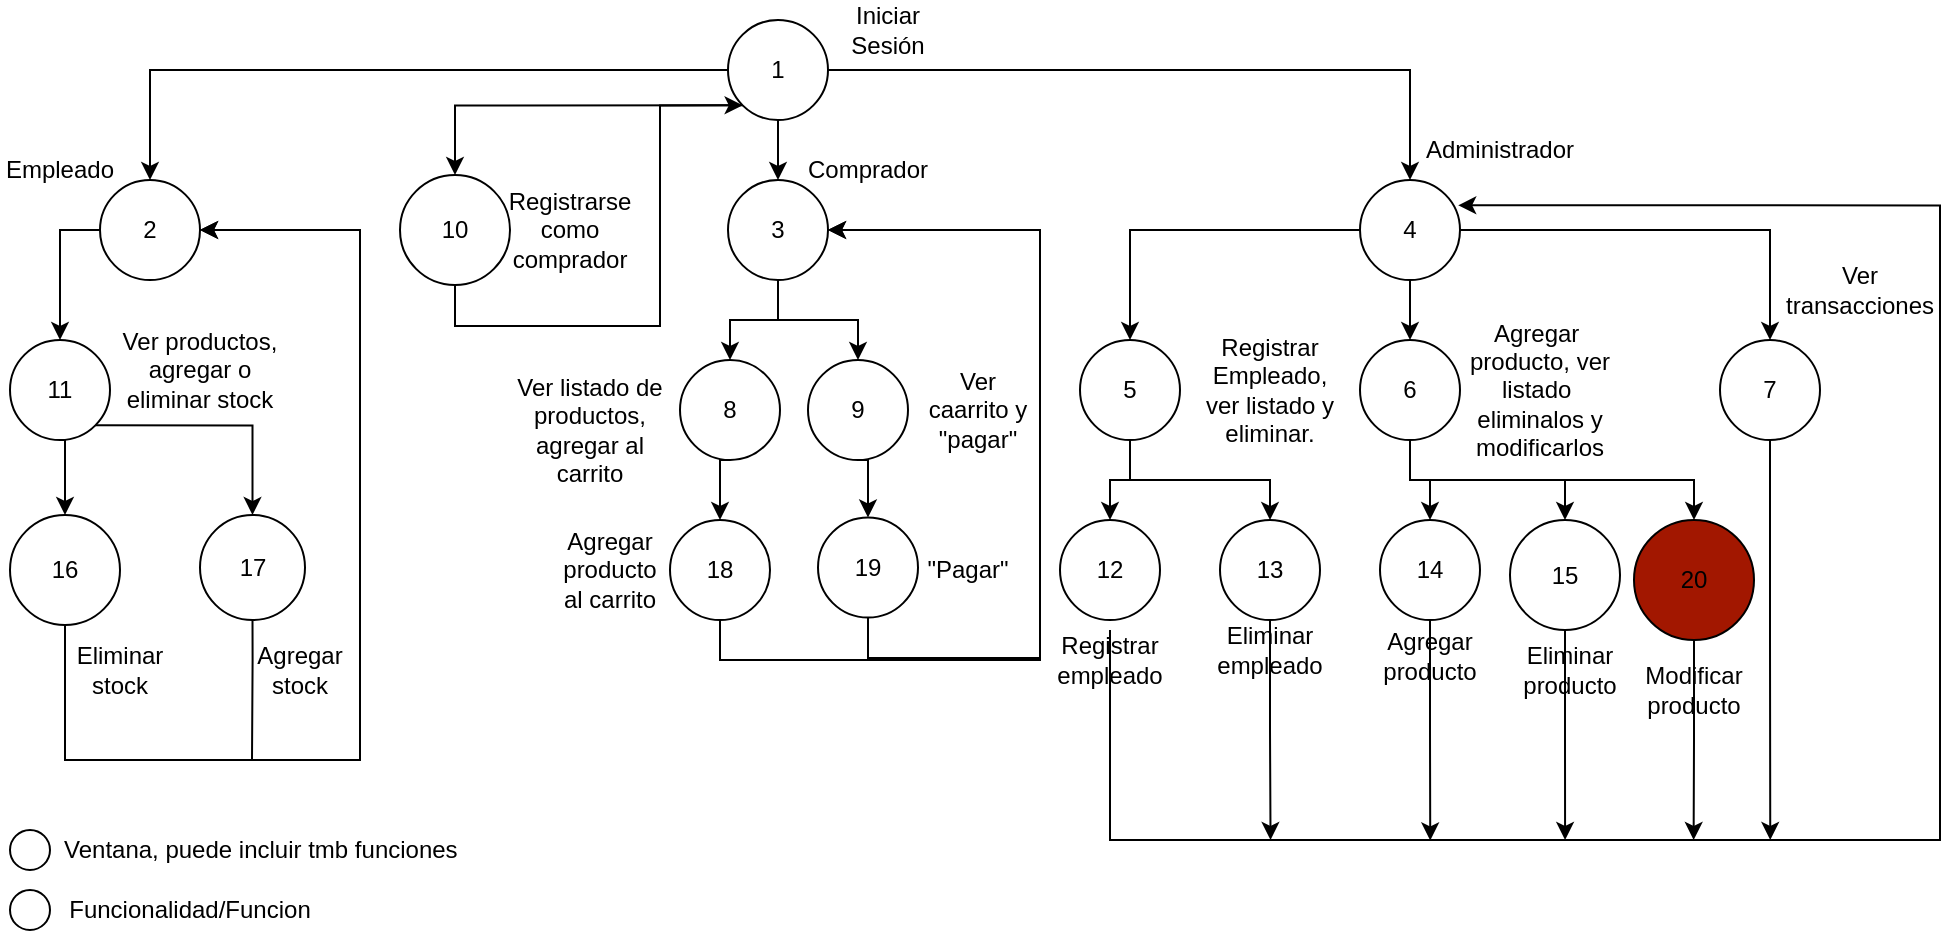
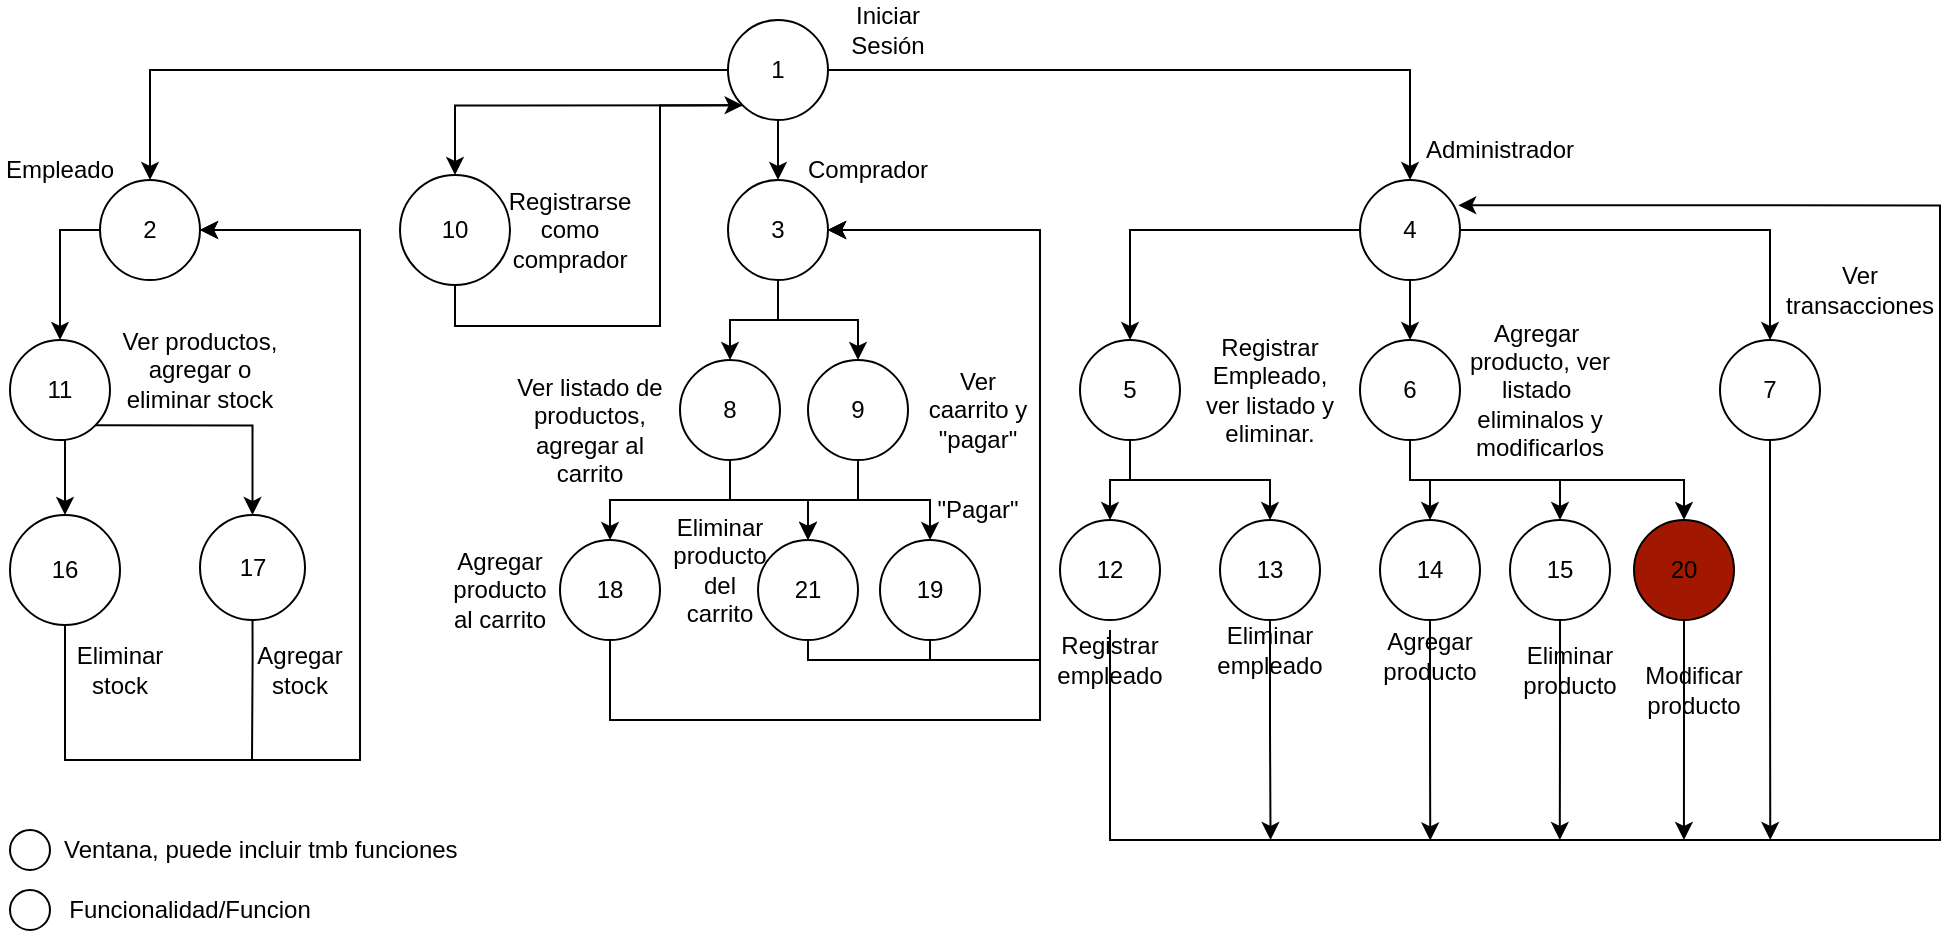
<mxfile host="Electron">
  <diagram name="General" id="yABXoofkzUlfOp70S79y">
-     <mxGraphModel dx="981" dy="601" grid="1" gridSize="10" guides="1" tooltips="1" connect="1" arrows="1" fold="1" page="1" pageScale="1" pageWidth="827" pageHeight="1169" math="0" shadow="0">
+     <mxGraphModel dx="769" dy="369" grid="1" gridSize="10" guides="1" tooltips="1" connect="1" arrows="1" fold="1" page="1" pageScale="1" pageWidth="827" pageHeight="1169" math="0" shadow="0">
      <root>
        <mxCell id="0" />
        <mxCell id="1" parent="0" />
        <mxCell id="LBXvCYroLYcxCpWWjZGj-19" edge="1" parent="1" source="LBXvCYroLYcxCpWWjZGj-14" style="edgeStyle=orthogonalEdgeStyle;rounded=0;orthogonalLoop=1;jettySize=auto;html=1;exitX=0;exitY=0.5;exitDx=0;exitDy=0;entryX=0.5;entryY=0;entryDx=0;entryDy=0;" target="LBXvCYroLYcxCpWWjZGj-16" value="">
          <mxGeometry relative="1" as="geometry" />
        </mxCell>
        <mxCell id="LBXvCYroLYcxCpWWjZGj-20" edge="1" parent="1" source="LBXvCYroLYcxCpWWjZGj-14" style="edgeStyle=orthogonalEdgeStyle;rounded=0;orthogonalLoop=1;jettySize=auto;html=1;exitX=0.5;exitY=1;exitDx=0;exitDy=0;entryX=0.5;entryY=0;entryDx=0;entryDy=0;" target="LBXvCYroLYcxCpWWjZGj-17">
          <mxGeometry relative="1" as="geometry" />
        </mxCell>
        <mxCell id="LBXvCYroLYcxCpWWjZGj-21" edge="1" parent="1" source="LBXvCYroLYcxCpWWjZGj-14" style="edgeStyle=orthogonalEdgeStyle;rounded=0;orthogonalLoop=1;jettySize=auto;html=1;exitX=1;exitY=0.5;exitDx=0;exitDy=0;entryX=0.5;entryY=0;entryDx=0;entryDy=0;" target="LBXvCYroLYcxCpWWjZGj-18">
          <mxGeometry relative="1" as="geometry" />
        </mxCell>
        <mxCell id="LBXvCYroLYcxCpWWjZGj-45" edge="1" parent="1" source="LBXvCYroLYcxCpWWjZGj-14" style="edgeStyle=orthogonalEdgeStyle;rounded=0;orthogonalLoop=1;jettySize=auto;html=1;exitX=0;exitY=1;exitDx=0;exitDy=0;entryX=0.5;entryY=0;entryDx=0;entryDy=0;" target="LBXvCYroLYcxCpWWjZGj-44">
          <mxGeometry relative="1" as="geometry" />
        </mxCell>
        <mxCell id="LBXvCYroLYcxCpWWjZGj-14" parent="1" style="ellipse;whiteSpace=wrap;html=1;aspect=fixed;fillColor=light-dark(#FFFFFF,#18952A);" value="1" vertex="1">
          <mxGeometry height="50" width="50" x="374" y="20" as="geometry" />
        </mxCell>
        <mxCell id="LBXvCYroLYcxCpWWjZGj-15" parent="1" style="text;html=1;whiteSpace=wrap;strokeColor=none;fillColor=none;align=center;verticalAlign=middle;rounded=0;" value="Iniciar Sesión" vertex="1">
          <mxGeometry height="30" width="60" x="424" y="10" as="geometry" />
        </mxCell>
        <mxCell id="LBXvCYroLYcxCpWWjZGj-49" edge="1" parent="1" source="LBXvCYroLYcxCpWWjZGj-16" style="edgeStyle=orthogonalEdgeStyle;rounded=0;orthogonalLoop=1;jettySize=auto;html=1;exitX=0;exitY=0.5;exitDx=0;exitDy=0;entryX=0.5;entryY=0;entryDx=0;entryDy=0;" target="LBXvCYroLYcxCpWWjZGj-47">
          <mxGeometry relative="1" as="geometry" />
        </mxCell>
        <mxCell id="LBXvCYroLYcxCpWWjZGj-16" parent="1" style="ellipse;whiteSpace=wrap;html=1;aspect=fixed;" value="2" vertex="1">
          <mxGeometry height="50" width="50" x="60" y="100" as="geometry" />
        </mxCell>
        <mxCell id="LBXvCYroLYcxCpWWjZGj-98" edge="1" parent="1" source="LBXvCYroLYcxCpWWjZGj-17" style="edgeStyle=orthogonalEdgeStyle;rounded=0;orthogonalLoop=1;jettySize=auto;html=1;exitX=0.5;exitY=1;exitDx=0;exitDy=0;entryX=0.5;entryY=0;entryDx=0;entryDy=0;" target="LBXvCYroLYcxCpWWjZGj-38">
          <mxGeometry relative="1" as="geometry" />
        </mxCell>
        <mxCell id="LBXvCYroLYcxCpWWjZGj-99" edge="1" parent="1" source="LBXvCYroLYcxCpWWjZGj-17" style="edgeStyle=orthogonalEdgeStyle;rounded=0;orthogonalLoop=1;jettySize=auto;html=1;exitX=0.5;exitY=1;exitDx=0;exitDy=0;entryX=0.5;entryY=0;entryDx=0;entryDy=0;" target="LBXvCYroLYcxCpWWjZGj-40">
          <mxGeometry relative="1" as="geometry" />
        </mxCell>
        <mxCell id="LBXvCYroLYcxCpWWjZGj-17" parent="1" style="ellipse;whiteSpace=wrap;html=1;aspect=fixed;" value="3" vertex="1">
          <mxGeometry height="50" width="50" x="374" y="100" as="geometry" />
        </mxCell>
        <mxCell id="LBXvCYroLYcxCpWWjZGj-57" edge="1" parent="1" source="LBXvCYroLYcxCpWWjZGj-18" style="edgeStyle=orthogonalEdgeStyle;rounded=0;orthogonalLoop=1;jettySize=auto;html=1;exitX=0.5;exitY=1;exitDx=0;exitDy=0;entryX=0.5;entryY=0;entryDx=0;entryDy=0;" target="LBXvCYroLYcxCpWWjZGj-26">
          <mxGeometry relative="1" as="geometry" />
        </mxCell>
        <mxCell id="LBXvCYroLYcxCpWWjZGj-58" edge="1" parent="1" source="LBXvCYroLYcxCpWWjZGj-18" style="edgeStyle=orthogonalEdgeStyle;rounded=0;orthogonalLoop=1;jettySize=auto;html=1;exitX=1;exitY=0.5;exitDx=0;exitDy=0;entryX=0.5;entryY=0;entryDx=0;entryDy=0;" target="LBXvCYroLYcxCpWWjZGj-27">
          <mxGeometry relative="1" as="geometry" />
        </mxCell>
        <mxCell id="LBXvCYroLYcxCpWWjZGj-59" edge="1" parent="1" source="LBXvCYroLYcxCpWWjZGj-18" style="edgeStyle=orthogonalEdgeStyle;rounded=0;orthogonalLoop=1;jettySize=auto;html=1;exitX=0;exitY=0.5;exitDx=0;exitDy=0;entryX=0.5;entryY=0;entryDx=0;entryDy=0;" target="LBXvCYroLYcxCpWWjZGj-25">
          <mxGeometry relative="1" as="geometry" />
        </mxCell>
        <mxCell id="LBXvCYroLYcxCpWWjZGj-18" parent="1" style="ellipse;whiteSpace=wrap;html=1;aspect=fixed;" value="4" vertex="1">
          <mxGeometry height="50" width="50" x="690" y="100" as="geometry" />
        </mxCell>
        <mxCell id="LBXvCYroLYcxCpWWjZGj-22" parent="1" style="text;html=1;whiteSpace=wrap;strokeColor=none;fillColor=none;align=center;verticalAlign=middle;rounded=0;" value="Empleado" vertex="1">
          <mxGeometry height="30" width="60" x="10" y="80" as="geometry" />
        </mxCell>
        <mxCell id="LBXvCYroLYcxCpWWjZGj-23" parent="1" style="text;html=1;whiteSpace=wrap;strokeColor=none;fillColor=none;align=center;verticalAlign=middle;rounded=0;" value="Comprador" vertex="1">
          <mxGeometry height="30" width="60" x="414" y="80" as="geometry" />
        </mxCell>
        <mxCell id="LBXvCYroLYcxCpWWjZGj-24" parent="1" style="text;html=1;whiteSpace=wrap;strokeColor=none;fillColor=none;align=center;verticalAlign=middle;rounded=0;" value="Administrador" vertex="1">
          <mxGeometry height="30" width="60" x="730" y="70" as="geometry" />
        </mxCell>
        <mxCell id="LBXvCYroLYcxCpWWjZGj-60" edge="1" parent="1" source="LBXvCYroLYcxCpWWjZGj-25" style="edgeStyle=orthogonalEdgeStyle;rounded=0;orthogonalLoop=1;jettySize=auto;html=1;exitX=0.5;exitY=1;exitDx=0;exitDy=0;entryX=0.5;entryY=0;entryDx=0;entryDy=0;" target="LBXvCYroLYcxCpWWjZGj-54">
          <mxGeometry relative="1" as="geometry" />
        </mxCell>
        <mxCell id="LBXvCYroLYcxCpWWjZGj-61" edge="1" parent="1" source="LBXvCYroLYcxCpWWjZGj-25" style="edgeStyle=orthogonalEdgeStyle;rounded=0;orthogonalLoop=1;jettySize=auto;html=1;exitX=0.5;exitY=1;exitDx=0;exitDy=0;" target="LBXvCYroLYcxCpWWjZGj-55">
          <mxGeometry relative="1" as="geometry" />
        </mxCell>
        <mxCell id="LBXvCYroLYcxCpWWjZGj-25" parent="1" style="ellipse;whiteSpace=wrap;html=1;aspect=fixed;fillColor=light-dark(#FFFFFF,#18952A);" value="5" vertex="1">
          <mxGeometry height="50" width="50" x="550" y="180" as="geometry" />
        </mxCell>
        <mxCell id="LBXvCYroLYcxCpWWjZGj-66" edge="1" parent="1" source="LBXvCYroLYcxCpWWjZGj-26" style="edgeStyle=orthogonalEdgeStyle;rounded=0;orthogonalLoop=1;jettySize=auto;html=1;exitX=0.5;exitY=1;exitDx=0;exitDy=0;entryX=0.5;entryY=0;entryDx=0;entryDy=0;" target="LBXvCYroLYcxCpWWjZGj-64">
          <mxGeometry relative="1" as="geometry" />
        </mxCell>
        <mxCell id="LBXvCYroLYcxCpWWjZGj-67" edge="1" parent="1" source="LBXvCYroLYcxCpWWjZGj-26" style="edgeStyle=orthogonalEdgeStyle;rounded=0;orthogonalLoop=1;jettySize=auto;html=1;exitX=0.5;exitY=1;exitDx=0;exitDy=0;entryX=0.5;entryY=0;entryDx=0;entryDy=0;" target="LBXvCYroLYcxCpWWjZGj-65">
          <mxGeometry relative="1" as="geometry" />
        </mxCell>
        <mxCell id="hRm-Ou00VWeYjdHq_WFA-5" edge="1" parent="1" source="LBXvCYroLYcxCpWWjZGj-26" style="edgeStyle=orthogonalEdgeStyle;rounded=0;orthogonalLoop=1;jettySize=auto;html=1;exitX=0.5;exitY=1;exitDx=0;exitDy=0;entryX=0.5;entryY=0;entryDx=0;entryDy=0;" target="hRm-Ou00VWeYjdHq_WFA-3">
          <mxGeometry relative="1" as="geometry" />
        </mxCell>
        <mxCell id="LBXvCYroLYcxCpWWjZGj-26" parent="1" style="ellipse;whiteSpace=wrap;html=1;aspect=fixed;fillColor=light-dark(#FFFFFF,#18952A);" value="6" vertex="1">
          <mxGeometry height="50" width="50" x="690" y="180" as="geometry" />
        </mxCell>
        <mxCell id="hRm-Ou00VWeYjdHq_WFA-1" edge="1" parent="1" source="LBXvCYroLYcxCpWWjZGj-27" style="edgeStyle=orthogonalEdgeStyle;rounded=0;orthogonalLoop=1;jettySize=auto;html=1;exitX=0.5;exitY=1;exitDx=0;exitDy=0;">
          <mxGeometry relative="1" as="geometry">
            <mxPoint x="895.1290322580644" y="430" as="targetPoint" />
          </mxGeometry>
        </mxCell>
        <mxCell id="LBXvCYroLYcxCpWWjZGj-27" parent="1" style="ellipse;whiteSpace=wrap;html=1;aspect=fixed;fillColor=light-dark(#FFFFFF,#18952A);" value="7" vertex="1">
          <mxGeometry height="50" width="50" x="870" y="180" as="geometry" />
        </mxCell>
        <mxCell id="LBXvCYroLYcxCpWWjZGj-28" parent="1" style="text;html=1;whiteSpace=wrap;strokeColor=none;fillColor=none;align=center;verticalAlign=middle;rounded=0;" value="Registrar&lt;div&gt;Empleado,&lt;/div&gt;&lt;div&gt;ver listado y eliminar.&lt;/div&gt;" vertex="1">
          <mxGeometry height="30" width="70" x="610" y="190" as="geometry" />
        </mxCell>
        <mxCell id="LBXvCYroLYcxCpWWjZGj-30" parent="1" style="text;html=1;whiteSpace=wrap;strokeColor=none;fillColor=none;align=center;verticalAlign=middle;rounded=0;" value="Agregar&amp;nbsp;&lt;div&gt;producto, ver listado&amp;nbsp; eliminalos y modificarlos&lt;/div&gt;" vertex="1">
          <mxGeometry height="30" width="80" x="740" y="190" as="geometry" />
        </mxCell>
        <mxCell id="LBXvCYroLYcxCpWWjZGj-34" parent="1" style="text;html=1;whiteSpace=wrap;strokeColor=none;fillColor=none;align=center;verticalAlign=middle;rounded=0;" value="Ver transacciones" vertex="1">
          <mxGeometry height="30" width="60" x="910" y="140" as="geometry" />
        </mxCell>
        <mxCell id="LBXvCYroLYcxCpWWjZGj-102" edge="1" parent="1" source="LBXvCYroLYcxCpWWjZGj-38" style="edgeStyle=orthogonalEdgeStyle;rounded=0;orthogonalLoop=1;jettySize=auto;html=1;exitX=0.5;exitY=1;exitDx=0;exitDy=0;entryX=0.5;entryY=0;entryDx=0;entryDy=0;" target="LBXvCYroLYcxCpWWjZGj-100">
          <mxGeometry relative="1" as="geometry" />
        </mxCell>
+         <mxCell id="wNyk0zgXBIJdKZvLJYqR-7" edge="1" parent="1" source="LBXvCYroLYcxCpWWjZGj-38" style="edgeStyle=orthogonalEdgeStyle;rounded=0;orthogonalLoop=1;jettySize=auto;html=1;exitX=0.5;exitY=1;exitDx=0;exitDy=0;entryX=0.5;entryY=0;entryDx=0;entryDy=0;" target="wNyk0zgXBIJdKZvLJYqR-1">
+           <mxGeometry relative="1" as="geometry" />
+         </mxCell>
        <mxCell id="LBXvCYroLYcxCpWWjZGj-38" parent="1" style="ellipse;whiteSpace=wrap;html=1;aspect=fixed;fillColor=light-dark(#FFFFFF,#18952A);" value="8" vertex="1">
          <mxGeometry height="50" width="50" x="350" y="190" as="geometry" />
        </mxCell>
        <mxCell id="LBXvCYroLYcxCpWWjZGj-39" parent="1" style="text;html=1;whiteSpace=wrap;strokeColor=none;fillColor=none;align=center;verticalAlign=middle;rounded=0;" value="Ver listado de productos, agregar al carrito" vertex="1">
          <mxGeometry height="30" width="80" x="265" y="210" as="geometry" />
        </mxCell>
        <mxCell id="LBXvCYroLYcxCpWWjZGj-104" edge="1" parent="1" source="LBXvCYroLYcxCpWWjZGj-40" style="edgeStyle=orthogonalEdgeStyle;rounded=0;orthogonalLoop=1;jettySize=auto;html=1;exitX=0.5;exitY=1;exitDx=0;exitDy=0;entryX=0.5;entryY=0;entryDx=0;entryDy=0;" target="LBXvCYroLYcxCpWWjZGj-101">
+           <mxGeometry relative="1" as="geometry" />
+         </mxCell>
+         <mxCell id="wNyk0zgXBIJdKZvLJYqR-4" edge="1" parent="1" source="LBXvCYroLYcxCpWWjZGj-40" style="edgeStyle=orthogonalEdgeStyle;rounded=0;orthogonalLoop=1;jettySize=auto;html=1;exitX=0.5;exitY=1;exitDx=0;exitDy=0;" target="wNyk0zgXBIJdKZvLJYqR-1">
          <mxGeometry relative="1" as="geometry" />
        </mxCell>
        <mxCell id="LBXvCYroLYcxCpWWjZGj-40" parent="1" style="ellipse;whiteSpace=wrap;html=1;aspect=fixed;fillColor=light-dark(#FFFFFF,#18952A);" value="9" vertex="1">
          <mxGeometry height="50" width="50" x="414" y="190" as="geometry" />
        </mxCell>
        <mxCell id="LBXvCYroLYcxCpWWjZGj-41" parent="1" style="text;html=1;whiteSpace=wrap;strokeColor=none;fillColor=none;align=center;verticalAlign=middle;rounded=0;" value="Ver caarrito y &quot;pagar&quot;" vertex="1">
          <mxGeometry height="30" width="60" x="469" y="200" as="geometry" />
        </mxCell>
        <mxCell id="LBXvCYroLYcxCpWWjZGj-79" edge="1" parent="1" source="LBXvCYroLYcxCpWWjZGj-44" style="edgeStyle=orthogonalEdgeStyle;rounded=0;orthogonalLoop=1;jettySize=auto;html=1;exitX=0.5;exitY=1;exitDx=0;exitDy=0;entryX=0;entryY=1;entryDx=0;entryDy=0;" target="LBXvCYroLYcxCpWWjZGj-14">
          <mxGeometry relative="1" as="geometry">
            <Array as="points">
              <mxPoint x="237" y="173" />
              <mxPoint x="340" y="173" />
              <mxPoint x="340" y="63" />
            </Array>
          </mxGeometry>
        </mxCell>
        <mxCell id="LBXvCYroLYcxCpWWjZGj-44" parent="1" style="ellipse;whiteSpace=wrap;html=1;aspect=fixed;fillColor=light-dark(#FFFFFF,#18952A);" value="10" vertex="1">
          <mxGeometry height="55" width="55" x="210" y="97.5" as="geometry" />
        </mxCell>
        <mxCell id="LBXvCYroLYcxCpWWjZGj-46" parent="1" style="text;html=1;whiteSpace=wrap;strokeColor=none;fillColor=none;align=center;verticalAlign=middle;rounded=0;" value="Registrarse como comprador" vertex="1">
          <mxGeometry height="30" width="60" x="265" y="110" as="geometry" />
        </mxCell>
        <mxCell id="LBXvCYroLYcxCpWWjZGj-74" edge="1" parent="1" source="LBXvCYroLYcxCpWWjZGj-47" style="edgeStyle=orthogonalEdgeStyle;rounded=0;orthogonalLoop=1;jettySize=auto;html=1;exitX=0.5;exitY=1;exitDx=0;exitDy=0;entryX=0.5;entryY=0;entryDx=0;entryDy=0;" target="LBXvCYroLYcxCpWWjZGj-72">
          <mxGeometry relative="1" as="geometry" />
        </mxCell>
        <mxCell id="LBXvCYroLYcxCpWWjZGj-75" edge="1" parent="1" source="LBXvCYroLYcxCpWWjZGj-47" style="edgeStyle=orthogonalEdgeStyle;rounded=0;orthogonalLoop=1;jettySize=auto;html=1;exitX=1;exitY=1;exitDx=0;exitDy=0;" target="LBXvCYroLYcxCpWWjZGj-73">
          <mxGeometry relative="1" as="geometry" />
        </mxCell>
        <mxCell id="LBXvCYroLYcxCpWWjZGj-47" parent="1" style="ellipse;whiteSpace=wrap;html=1;aspect=fixed;fillColor=light-dark(#FFFFFF,#18952A);" value="11" vertex="1">
          <mxGeometry height="50" width="50" x="15" y="180" as="geometry" />
        </mxCell>
        <mxCell id="LBXvCYroLYcxCpWWjZGj-48" parent="1" style="text;html=1;whiteSpace=wrap;strokeColor=none;fillColor=none;align=center;verticalAlign=middle;rounded=0;" value="Ver productos, agregar o eliminar stock" vertex="1">
          <mxGeometry height="30" width="80" x="70" y="180" as="geometry" />
        </mxCell>
        <mxCell id="LBXvCYroLYcxCpWWjZGj-54" parent="1" style="ellipse;whiteSpace=wrap;html=1;aspect=fixed;fillColor=light-dark(#FFFFFF,#A21700);" value="12" vertex="1">
          <mxGeometry height="50" width="50" x="540" y="270" as="geometry" />
        </mxCell>
        <mxCell id="LBXvCYroLYcxCpWWjZGj-81" edge="1" parent="1" source="LBXvCYroLYcxCpWWjZGj-55" style="edgeStyle=orthogonalEdgeStyle;rounded=0;orthogonalLoop=1;jettySize=auto;html=1;exitX=0.5;exitY=1;exitDx=0;exitDy=0;">
          <mxGeometry relative="1" as="geometry">
            <mxPoint x="645.272727272727" y="430" as="targetPoint" />
          </mxGeometry>
        </mxCell>
        <mxCell id="LBXvCYroLYcxCpWWjZGj-55" parent="1" style="ellipse;whiteSpace=wrap;html=1;aspect=fixed;fillColor=light-dark(#FFFFFF,#A21700);" value="13" vertex="1">
          <mxGeometry height="50" width="50" x="620" y="270" as="geometry" />
        </mxCell>
        <mxCell id="LBXvCYroLYcxCpWWjZGj-62" parent="1" style="text;html=1;whiteSpace=wrap;strokeColor=none;fillColor=none;align=center;verticalAlign=middle;rounded=0;" value="Registrar&lt;div&gt;empleado&lt;/div&gt;" vertex="1">
          <mxGeometry height="30" width="60" x="535" y="325" as="geometry" />
        </mxCell>
        <mxCell id="LBXvCYroLYcxCpWWjZGj-63" parent="1" style="text;html=1;whiteSpace=wrap;strokeColor=none;fillColor=none;align=center;verticalAlign=middle;rounded=0;" value="Eliminar&lt;div&gt;empleado&lt;/div&gt;" vertex="1">
          <mxGeometry height="30" width="60" x="615" y="320" as="geometry" />
        </mxCell>
        <mxCell id="LBXvCYroLYcxCpWWjZGj-88" edge="1" parent="1" source="LBXvCYroLYcxCpWWjZGj-64" style="edgeStyle=orthogonalEdgeStyle;rounded=0;orthogonalLoop=1;jettySize=auto;html=1;exitX=0.5;exitY=1;exitDx=0;exitDy=0;">
          <mxGeometry relative="1" as="geometry">
            <mxPoint x="725.1212121212122" y="430.242402047822" as="targetPoint" />
          </mxGeometry>
        </mxCell>
        <mxCell id="LBXvCYroLYcxCpWWjZGj-64" parent="1" style="ellipse;whiteSpace=wrap;html=1;aspect=fixed;fillColor=light-dark(#FFFFFF,#A21700);" value="14" vertex="1">
          <mxGeometry height="50" width="50" x="700" y="270" as="geometry" />
        </mxCell>
-         <mxCell id="LBXvCYroLYcxCpWWjZGj-85" edge="1" parent="1" source="LBXvCYroLYcxCpWWjZGj-65" style="edgeStyle=orthogonalEdgeStyle;rounded=0;orthogonalLoop=1;jettySize=auto;html=1;exitX=0.5;exitY=1;exitDx=0;exitDy=0;">
-           <mxGeometry relative="1" as="geometry">
-             <mxPoint x="792.5454545454545" y="430" as="targetPoint" />
+         <mxCell id="wNyk0zgXBIJdKZvLJYqR-9" edge="1" parent="1" source="LBXvCYroLYcxCpWWjZGj-65" style="edgeStyle=orthogonalEdgeStyle;rounded=0;orthogonalLoop=1;jettySize=auto;html=1;exitX=0.5;exitY=1;exitDx=0;exitDy=0;">
+           <mxGeometry relative="1" as="geometry">
+             <mxPoint x="789.8965517241379" y="430" as="targetPoint" />
          </mxGeometry>
        </mxCell>
        <mxCell id="LBXvCYroLYcxCpWWjZGj-65" parent="1" style="ellipse;whiteSpace=wrap;html=1;aspect=fixed;fillColor=light-dark(#FFFFFF,#A21700);" value="15" vertex="1">
-           <mxGeometry height="55" width="55" x="765" y="270" as="geometry" />
+           <mxGeometry height="50" width="50" x="765" y="270" as="geometry" />
        </mxCell>
        <mxCell id="LBXvCYroLYcxCpWWjZGj-69" parent="1" style="text;html=1;whiteSpace=wrap;strokeColor=none;fillColor=none;align=center;verticalAlign=middle;rounded=0;" value="Eliminar&lt;div&gt;producto&lt;/div&gt;" vertex="1">
          <mxGeometry height="30" width="60" x="765" y="330" as="geometry" />
        </mxCell>
        <mxCell id="LBXvCYroLYcxCpWWjZGj-96" edge="1" parent="1" source="LBXvCYroLYcxCpWWjZGj-72" style="edgeStyle=orthogonalEdgeStyle;rounded=0;orthogonalLoop=1;jettySize=auto;html=1;exitX=0.5;exitY=1;exitDx=0;exitDy=0;entryX=1;entryY=0.5;entryDx=0;entryDy=0;" target="LBXvCYroLYcxCpWWjZGj-16">
          <mxGeometry relative="1" as="geometry">
            <Array as="points">
              <mxPoint x="42" y="390" />
              <mxPoint x="190" y="390" />
              <mxPoint x="190" y="125" />
            </Array>
          </mxGeometry>
        </mxCell>
        <mxCell id="LBXvCYroLYcxCpWWjZGj-72" parent="1" style="ellipse;whiteSpace=wrap;html=1;aspect=fixed;fillColor=light-dark(#FFFFFF,#A21700);" value="16" vertex="1">
          <mxGeometry height="55" width="55" x="15" y="267.5" as="geometry" />
        </mxCell>
        <mxCell id="LBXvCYroLYcxCpWWjZGj-97" edge="1" parent="1" source="LBXvCYroLYcxCpWWjZGj-73" style="edgeStyle=orthogonalEdgeStyle;rounded=0;orthogonalLoop=1;jettySize=auto;html=1;exitX=0.5;exitY=1;exitDx=0;exitDy=0;entryX=1;entryY=0.5;entryDx=0;entryDy=0;" target="LBXvCYroLYcxCpWWjZGj-16">
          <mxGeometry relative="1" as="geometry">
            <Array as="points">
              <mxPoint x="136" y="340" />
              <mxPoint x="136" y="390" />
              <mxPoint x="190" y="390" />
              <mxPoint x="190" y="125" />
            </Array>
          </mxGeometry>
        </mxCell>
        <mxCell id="LBXvCYroLYcxCpWWjZGj-73" parent="1" style="ellipse;whiteSpace=wrap;html=1;aspect=fixed;fillColor=light-dark(#FFFFFF,#A21700);" value="17" vertex="1">
          <mxGeometry height="52.5" width="52.5" x="110" y="267.5" as="geometry" />
        </mxCell>
        <mxCell id="LBXvCYroLYcxCpWWjZGj-76" parent="1" style="text;html=1;whiteSpace=wrap;strokeColor=none;fillColor=none;align=center;verticalAlign=middle;rounded=0;" value="Eliminar&lt;div&gt;stock&lt;/div&gt;" vertex="1">
          <mxGeometry height="30" width="60" x="40" y="330" as="geometry" />
        </mxCell>
        <mxCell id="LBXvCYroLYcxCpWWjZGj-78" parent="1" style="text;html=1;whiteSpace=wrap;strokeColor=none;fillColor=none;align=center;verticalAlign=middle;rounded=0;" value="Agregar&lt;div&gt;stock&lt;/div&gt;" vertex="1">
          <mxGeometry height="30" width="60" x="130" y="330" as="geometry" />
        </mxCell>
        <mxCell id="LBXvCYroLYcxCpWWjZGj-80" edge="1" parent="1" source="LBXvCYroLYcxCpWWjZGj-62" style="edgeStyle=orthogonalEdgeStyle;rounded=0;orthogonalLoop=1;jettySize=auto;html=1;exitX=0.5;exitY=0;exitDx=0;exitDy=0;entryX=0.982;entryY=0.253;entryDx=0;entryDy=0;entryPerimeter=0;" target="LBXvCYroLYcxCpWWjZGj-18">
          <mxGeometry relative="1" as="geometry">
            <Array as="points">
              <mxPoint x="565" y="430" />
              <mxPoint x="980" y="430" />
              <mxPoint x="980" y="113" />
            </Array>
          </mxGeometry>
        </mxCell>
        <mxCell id="LBXvCYroLYcxCpWWjZGj-68" parent="1" style="text;html=1;whiteSpace=wrap;strokeColor=none;fillColor=none;align=center;verticalAlign=middle;rounded=0;" value="Agregar&lt;div&gt;producto&lt;/div&gt;" vertex="1">
          <mxGeometry height="30" width="60" x="695" y="322.5" as="geometry" />
        </mxCell>
        <mxCell id="LBXvCYroLYcxCpWWjZGj-111" edge="1" parent="1" source="LBXvCYroLYcxCpWWjZGj-100" style="edgeStyle=orthogonalEdgeStyle;rounded=0;orthogonalLoop=1;jettySize=auto;html=1;exitX=0.5;exitY=1;exitDx=0;exitDy=0;entryX=1;entryY=0.5;entryDx=0;entryDy=0;" target="LBXvCYroLYcxCpWWjZGj-17">
          <mxGeometry relative="1" as="geometry">
            <Array as="points">
-               <mxPoint x="370" y="340" />
+               <mxPoint x="315" y="370" />
+               <mxPoint x="530" y="370" />
+               <mxPoint x="530" y="125" />
+             </Array>
+           </mxGeometry>
+         </mxCell>
+         <mxCell id="LBXvCYroLYcxCpWWjZGj-100" parent="1" style="ellipse;whiteSpace=wrap;html=1;aspect=fixed;fillColor=light-dark(#FFFFFF,#A21700);" value="18" vertex="1">
+           <mxGeometry height="50" width="50" x="290" y="280" as="geometry" />
+         </mxCell>
+         <mxCell id="LBXvCYroLYcxCpWWjZGj-112" edge="1" parent="1" source="LBXvCYroLYcxCpWWjZGj-101" style="edgeStyle=orthogonalEdgeStyle;rounded=0;orthogonalLoop=1;jettySize=auto;html=1;exitX=0.5;exitY=1;exitDx=0;exitDy=0;entryX=1;entryY=0.5;entryDx=0;entryDy=0;" target="LBXvCYroLYcxCpWWjZGj-17">
+           <mxGeometry relative="1" as="geometry">
+             <Array as="points">
+               <mxPoint x="475" y="340" />
              <mxPoint x="530" y="340" />
              <mxPoint x="530" y="125" />
            </Array>
          </mxGeometry>
        </mxCell>
-         <mxCell id="LBXvCYroLYcxCpWWjZGj-100" parent="1" style="ellipse;whiteSpace=wrap;html=1;aspect=fixed;fillColor=light-dark(#FFFFFF,#A21700);" value="18" vertex="1">
-           <mxGeometry height="50" width="50" x="345" y="270" as="geometry" />
-         </mxCell>
-         <mxCell id="LBXvCYroLYcxCpWWjZGj-112" edge="1" parent="1" source="LBXvCYroLYcxCpWWjZGj-101" style="edgeStyle=orthogonalEdgeStyle;rounded=0;orthogonalLoop=1;jettySize=auto;html=1;exitX=0.5;exitY=1;exitDx=0;exitDy=0;entryX=1;entryY=0.5;entryDx=0;entryDy=0;" target="LBXvCYroLYcxCpWWjZGj-17">
-           <mxGeometry relative="1" as="geometry">
-             <Array as="points">
-               <mxPoint x="444" y="339" />
-               <mxPoint x="530" y="339" />
-               <mxPoint x="530" y="125" />
-             </Array>
-           </mxGeometry>
-         </mxCell>
        <mxCell id="LBXvCYroLYcxCpWWjZGj-101" parent="1" style="ellipse;whiteSpace=wrap;html=1;aspect=fixed;fillColor=light-dark(#FFFFFF,#A21700);" value="19" vertex="1">
-           <mxGeometry height="50" width="50" x="419" y="268.75" as="geometry" />
+           <mxGeometry height="50" width="50" x="450" y="280" as="geometry" />
        </mxCell>
        <mxCell id="LBXvCYroLYcxCpWWjZGj-105" parent="1" style="text;html=1;whiteSpace=wrap;strokeColor=none;fillColor=none;align=center;verticalAlign=middle;rounded=0;" value="&quot;Pagar&quot;" vertex="1">
-           <mxGeometry height="30" width="60" x="464" y="280" as="geometry" />
+           <mxGeometry height="30" width="60" x="469" y="250" as="geometry" />
        </mxCell>
        <mxCell id="LBXvCYroLYcxCpWWjZGj-106" parent="1" style="text;html=1;whiteSpace=wrap;strokeColor=none;fillColor=none;align=center;verticalAlign=middle;rounded=0;" value="Agregar producto al carrito" vertex="1">
-           <mxGeometry height="30" width="60" x="285" y="280" as="geometry" />
+           <mxGeometry height="30" width="60" x="230" y="290" as="geometry" />
        </mxCell>
        <mxCell id="LBXvCYroLYcxCpWWjZGj-107" parent="1" style="ellipse;whiteSpace=wrap;html=1;aspect=fixed;fillColor=light-dark(#FFFFFF,#18952A);" value="" vertex="1">
          <mxGeometry height="20" width="20" x="15" y="425" as="geometry" />
        </mxCell>
        <mxCell id="LBXvCYroLYcxCpWWjZGj-108" parent="1" style="ellipse;whiteSpace=wrap;html=1;aspect=fixed;fillColor=light-dark(#FFFFFF,#A21700);" value="" vertex="1">
          <mxGeometry height="20" width="20" x="15" y="455" as="geometry" />
        </mxCell>
        <mxCell id="LBXvCYroLYcxCpWWjZGj-109" parent="1" style="text;html=1;whiteSpace=wrap;strokeColor=none;fillColor=none;align=left;verticalAlign=middle;rounded=0;" value="Ventana, puede incluir tmb funciones" vertex="1">
          <mxGeometry height="30" width="205" x="40" y="420" as="geometry" />
        </mxCell>
        <mxCell id="LBXvCYroLYcxCpWWjZGj-110" parent="1" style="text;html=1;whiteSpace=wrap;strokeColor=none;fillColor=none;align=center;verticalAlign=middle;rounded=0;" value="Funcionalidad/Funcion" vertex="1">
          <mxGeometry height="30" width="60" x="75" y="450" as="geometry" />
        </mxCell>
-         <mxCell id="hRm-Ou00VWeYjdHq_WFA-6" edge="1" parent="1" source="hRm-Ou00VWeYjdHq_WFA-3" style="edgeStyle=orthogonalEdgeStyle;rounded=0;orthogonalLoop=1;jettySize=auto;html=1;exitX=0.5;exitY=1;exitDx=0;exitDy=0;">
-           <mxGeometry relative="1" as="geometry">
-             <mxPoint x="856.818181818182" y="430" as="targetPoint" />
+         <mxCell id="wNyk0zgXBIJdKZvLJYqR-8" edge="1" parent="1" source="hRm-Ou00VWeYjdHq_WFA-3" style="edgeStyle=orthogonalEdgeStyle;rounded=0;orthogonalLoop=1;jettySize=auto;html=1;exitX=0.5;exitY=1;exitDx=0;exitDy=0;">
+           <mxGeometry relative="1" as="geometry">
+             <mxPoint x="851.9655172413793" y="430" as="targetPoint" />
          </mxGeometry>
        </mxCell>
        <mxCell id="hRm-Ou00VWeYjdHq_WFA-3" parent="1" style="ellipse;whiteSpace=wrap;html=1;aspect=fixed;fillColor=light-dark(#A21700,#A21700);" value="20" vertex="1">
-           <mxGeometry height="60" width="60" x="827" y="270" as="geometry" />
+           <mxGeometry height="50" width="50" x="827" y="270" as="geometry" />
        </mxCell>
        <mxCell id="hRm-Ou00VWeYjdHq_WFA-7" parent="1" style="text;html=1;whiteSpace=wrap;strokeColor=none;fillColor=none;align=center;verticalAlign=middle;rounded=0;" value="Modificar&lt;div&gt;producto&lt;/div&gt;" vertex="1">
          <mxGeometry height="30" width="60" x="827" y="340" as="geometry" />
+         </mxCell>
+         <mxCell id="wNyk0zgXBIJdKZvLJYqR-6" edge="1" parent="1" source="wNyk0zgXBIJdKZvLJYqR-1" style="edgeStyle=orthogonalEdgeStyle;rounded=0;orthogonalLoop=1;jettySize=auto;html=1;exitX=0.5;exitY=1;exitDx=0;exitDy=0;entryX=1;entryY=0.5;entryDx=0;entryDy=0;" target="LBXvCYroLYcxCpWWjZGj-17">
+           <mxGeometry relative="1" as="geometry">
+             <Array as="points">
+               <mxPoint x="414" y="340" />
+               <mxPoint x="530" y="340" />
+               <mxPoint x="530" y="125" />
+             </Array>
+             <mxPoint x="480" y="150" as="targetPoint" />
+           </mxGeometry>
+         </mxCell>
+         <mxCell id="wNyk0zgXBIJdKZvLJYqR-1" parent="1" style="ellipse;whiteSpace=wrap;html=1;aspect=fixed;fillColor=light-dark(#FFFFFF,#A21700);" value="21" vertex="1">
+           <mxGeometry height="50" width="50" x="389" y="280" as="geometry" />
+         </mxCell>
+         <mxCell id="wNyk0zgXBIJdKZvLJYqR-5" parent="1" style="text;html=1;whiteSpace=wrap;strokeColor=none;fillColor=none;align=center;verticalAlign=middle;rounded=0;" value="Eliminar&lt;div&gt;producto&lt;/div&gt;&lt;div&gt;del&lt;/div&gt;&lt;div&gt;carrito&lt;/div&gt;" vertex="1">
+           <mxGeometry height="30" width="60" x="340" y="280" as="geometry" />
        </mxCell>
      </root>
    </mxGraphModel>
  </diagram>
</mxfile>
